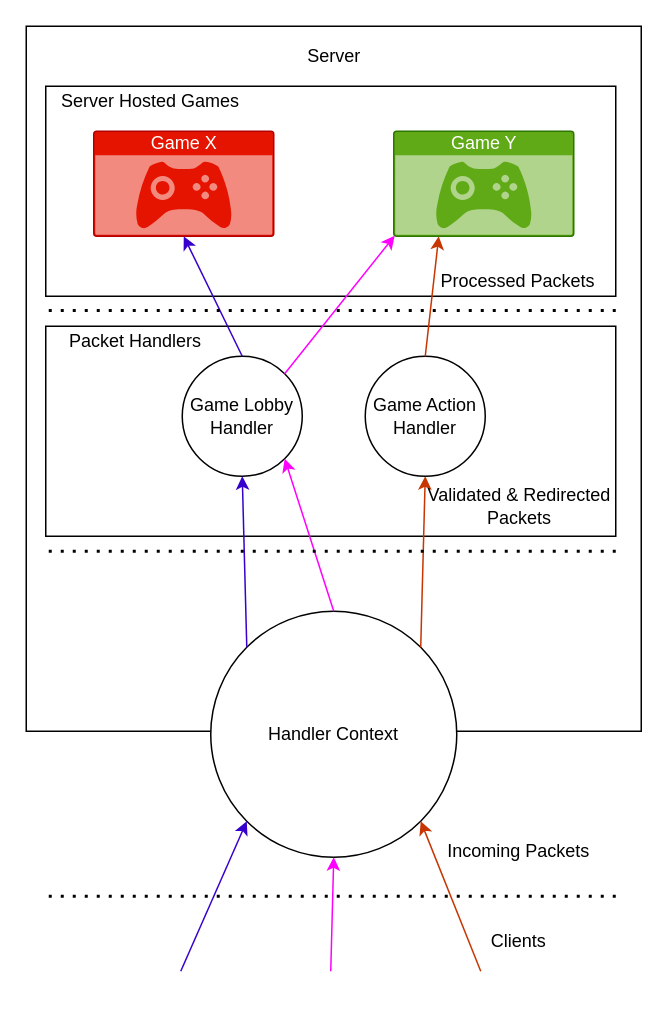
Above: Documentation/Drawio/ServerArchitecture.drawio in GeorgeVelikov/RLereWolf (draw.io), before the change. Source tidied: cells renumbered, new cells numbered last; positions are measured from the earlier drawing's top-left corner, leaving out a move shared by most shapes. Both pictures are drawn from the tidied source at 150%, with x=0, y=0 at pixel (26, 26).
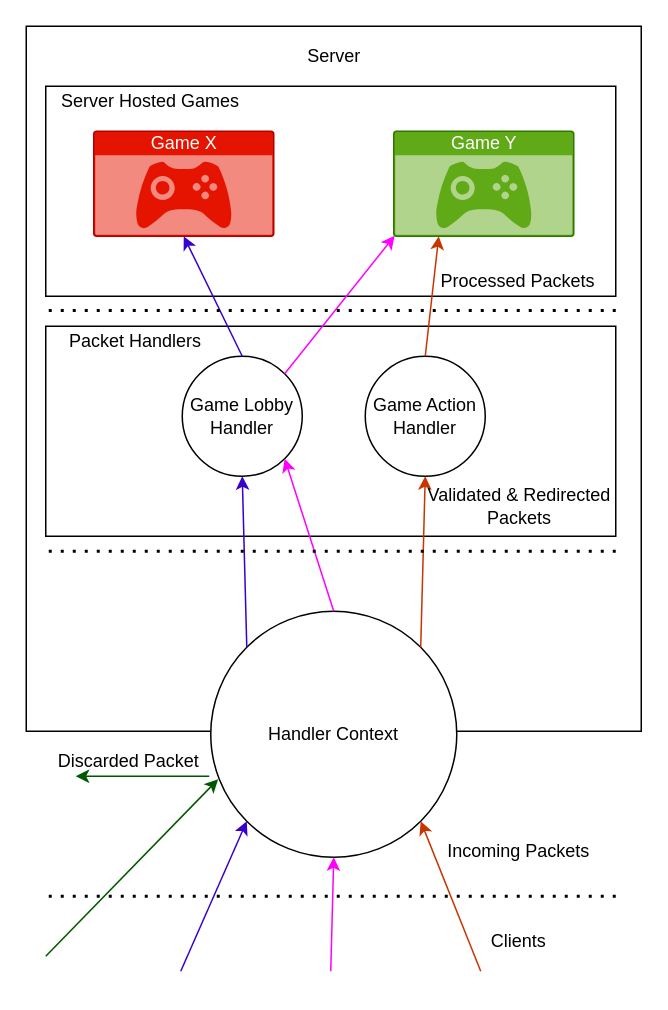
Above is the later version.

The change refers to these unchanged cells:
```xml
<mxCell id="5" value="Handler Context" style="ellipse;whiteSpace=wrap;html=1;" parent="1" vertex="1">
  <mxGeometry x="123" y="390" width="164" height="164" as="geometry" />
</mxCell>
```

What changed in the source:
```diff
@@
+    <mxCell id="30" style="endArrow=classic;html=1;fillColor=#008a00;strokeColor=#005700;entryX=0.03;entryY=0.683;entryDx=0;entryDy=0;entryPerimeter=0;" parent="1" edge="1" target="5">
+      <mxGeometry relative="1" as="geometry">
+        <mxPoint x="13" y="620" as="sourcePoint" />
+      </mxGeometry>
+    </mxCell>
+    <mxCell id="31" style="endArrow=classic;html=1;fillColor=#008a00;strokeColor=#005700;" parent="1" edge="1">
+      <mxGeometry relative="1" as="geometry">
+        <mxPoint x="122" y="500" as="sourcePoint" />
+        <mxPoint x="33" y="500" as="targetPoint" />
+      </mxGeometry>
+    </mxCell>
+    <mxCell id="32" value="Discarded Packet" style="text;html=1;align=center;verticalAlign=middle;" parent="1" vertex="1">
+      <mxGeometry x="13" y="480" width="110" height="20" as="geometry" />
+    </mxCell>
```
